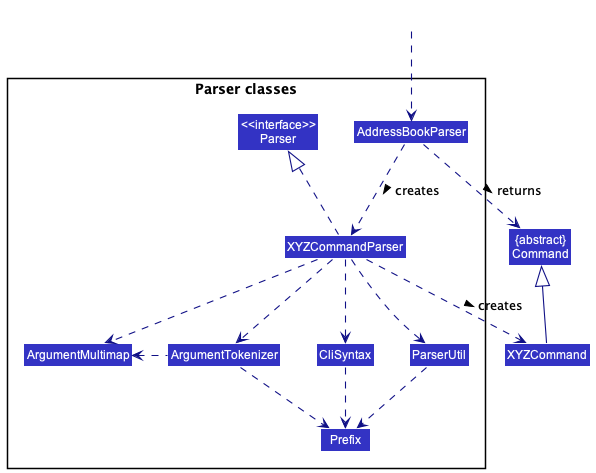
Above: docs/images/ParserClasses.png in nus-cs2103-AY2223S1/tp (PlantUML), before the change.
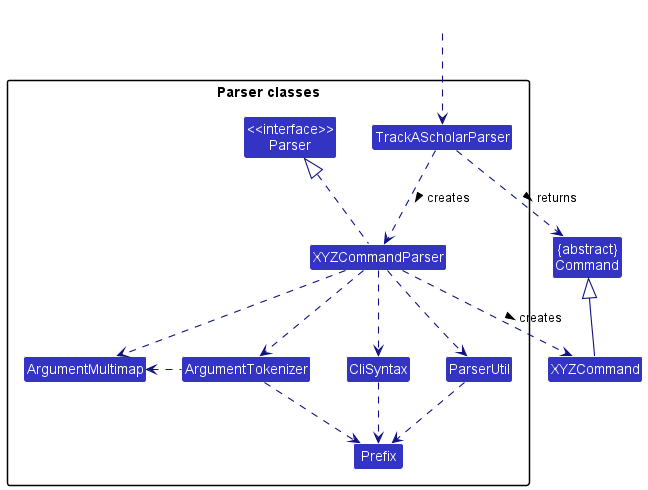
The same diagram one commit later.

The edit, as a diff of the source:
```diff
@@ -9,7 +9,7 @@
 
 package "Parser classes"{
 Class "<<interface>>\nParser" as Parser
-Class AddressBookParser
+Class TrackAScholarParser
 Class XYZCommandParser
 Class CliSyntax
 Class ParserUtil
@@ -19,12 +19,12 @@
 }
 
 Class HiddenOutside #FFFFFF
-HiddenOutside ..> AddressBookParser
+HiddenOutside ..> TrackAScholarParser
 
-AddressBookParser .down.> XYZCommandParser: creates >
+TrackAScholarParser .down.> XYZCommandParser: creates >
 
 XYZCommandParser ..> XYZCommand : creates >
-AddressBookParser ..> Command : returns >
+TrackAScholarParser ..> Command : returns >
 XYZCommandParser .up.|> Parser
 XYZCommandParser ..> ArgumentMultimap
 XYZCommandParser ..> ArgumentTokenizer
```
